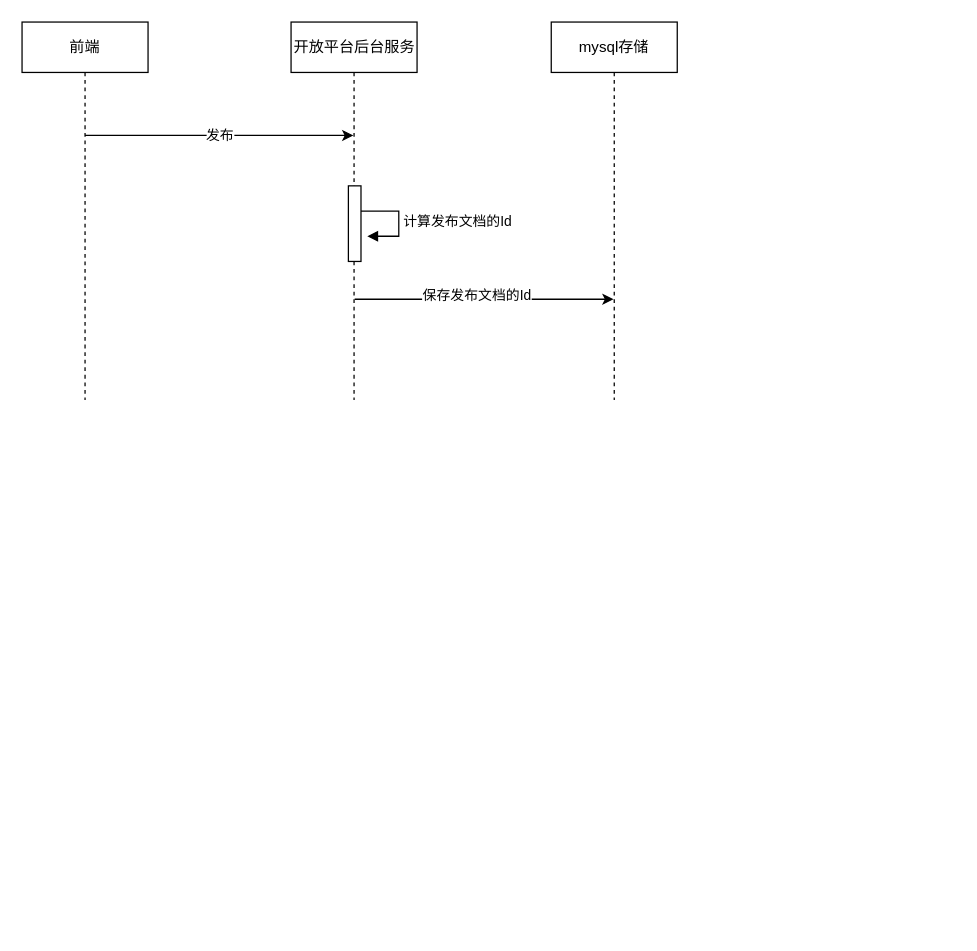
Above: 开放平台-开放文档需求.drawio in laowang-cloud/diagrams (draw.io), before the change. Source tidied: cells renumbered, new cells numbered last; positions are measured from the earlier drawing's top-left corner, leaving out a move shared by most shapes. Both pictures are drawn from the tidied source at 126%, with x=0, y=0 at pixel (21, 21).
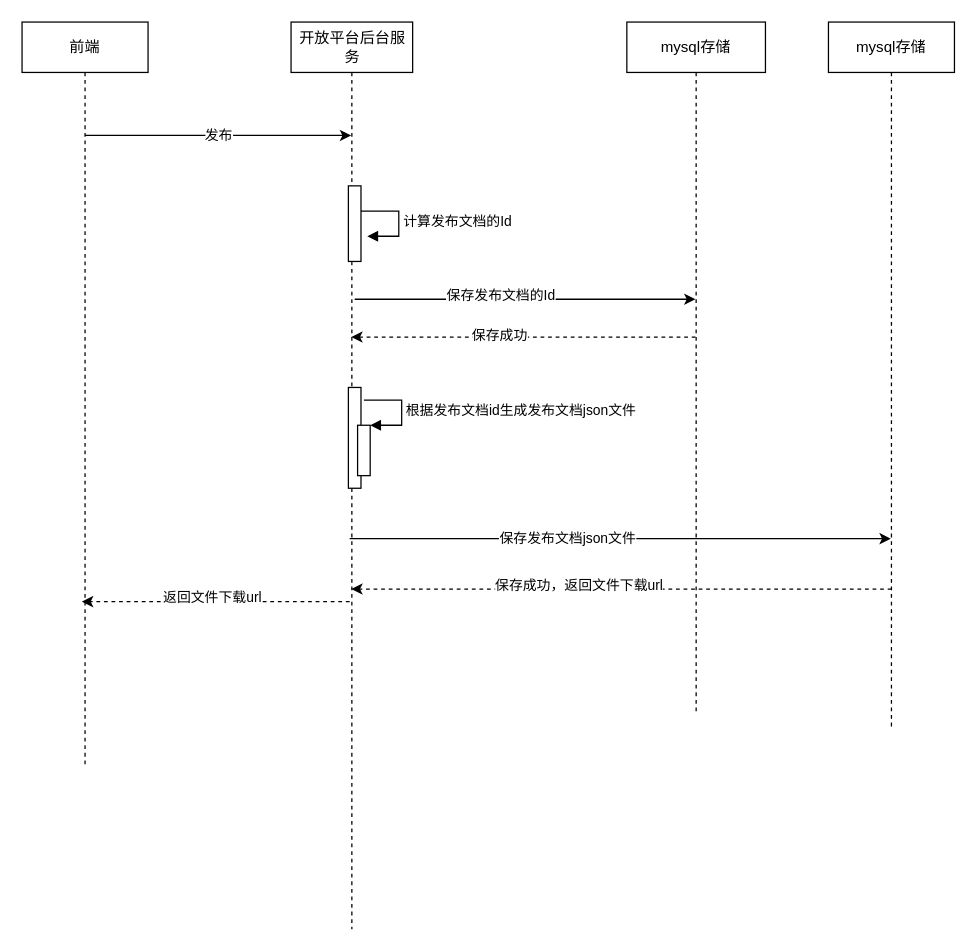
The same diagram, later.

Commit message (it also covers changes not shown here):
更新开放平台-开放文档需求.drawio

Change to the diagram source:
```diff
@@
     <mxCell id="2" value="&lt;span&gt;开放平台后台服务&lt;/span&gt;" style="shape=umlLifeline;perimeter=lifelinePerimeter;whiteSpace=wrap;html=1;outlineConnect=0;" parent="1" vertex="1">
-      <mxGeometry x="213.5" width="100" height="300" as="geometry" />
+      <mxGeometry x="213.5" width="96.5" height="720" as="geometry" />
     </mxCell>
@@
+    <mxCell id="10" style="html=1;perimeter=orthogonalPerimeter;" parent="2" vertex="1">
+      <mxGeometry x="45.5" y="290" width="10" height="80" as="geometry" />
+    </mxCell>
+    <mxCell id="11" style="html=1;points=[];perimeter=orthogonalPerimeter;" parent="2" vertex="1">
+      <mxGeometry x="52.8" y="320" width="10" height="40" as="geometry" />
+    </mxCell>
+    <mxCell id="12" value="根据发布文档id生成发布文档json文件" style="edgeStyle=orthogonalEdgeStyle;html=1;align=left;spacingLeft=2;endArrow=block;rounded=0;entryX=1;entryY=0;" parent="2" edge="1" target="11">
+      <mxGeometry relative="1" as="geometry">
+        <mxPoint x="57.8" y="300" as="sourcePoint" />
+        <Array as="points">
+          <mxPoint x="87.8" y="300" />
+        </Array>
+      </mxGeometry>
+    </mxCell>
+    <mxCell id="13" style="endArrow=classic;html=1;" parent="2" edge="1" target="17">
+      <mxGeometry relative="1" as="geometry">
+        <mxPoint x="46.5" y="410" as="sourcePoint" />
+      </mxGeometry>
+    </mxCell>
+    <mxCell id="14" value="保存发布文档json文件" style="edgeLabel;html=1;align=center;verticalAlign=middle;" parent="13" vertex="1">
+      <mxGeometry x="-0.2" y="1" relative="1" as="geometry" />
+    </mxCell>
     <mxCell id="7" value="&lt;span&gt;前端&lt;/span&gt;" style="shape=umlLifeline;perimeter=lifelinePerimeter;whiteSpace=wrap;html=1;" parent="1" vertex="1">
-      <mxGeometry width="100" height="300" as="geometry" />
+      <mxGeometry width="100" height="590" as="geometry" />
     </mxCell>
@@
     <mxCell id="9" value="mysql存储" style="shape=umlLifeline;perimeter=lifelinePerimeter;whiteSpace=wrap;html=1;outlineConnect=0;" parent="1" vertex="1">
-      <mxGeometry x="420" width="100" height="300" as="geometry" />
+      <mxGeometry x="480" width="110" height="550" as="geometry" />
     </mxCell>
+    <mxCell id="15" style="endArrow=classic;html=1;dashed=1;" parent="1" edge="1" source="9" target="2">
+      <mxGeometry relative="1" as="geometry">
+        <Array as="points">
+          <mxPoint x="350" y="250" />
+        </Array>
+      </mxGeometry>
+    </mxCell>
+    <mxCell id="16" value="保存成功" style="edgeLabel;html=1;align=center;verticalAlign=middle;" parent="15" vertex="1">
+      <mxGeometry x="0.4" y="-2" relative="1" as="geometry">
+        <mxPoint x="35" as="offset" />
+      </mxGeometry>
+    </mxCell>
+    <mxCell id="17" value="mysql存储" style="shape=umlLifeline;perimeter=lifelinePerimeter;whiteSpace=wrap;html=1;outlineConnect=0;" parent="1" vertex="1">
+      <mxGeometry x="640" width="100" height="560" as="geometry" />
+    </mxCell>
+    <mxCell id="18" style="endArrow=classic;html=1;dashed=1;" parent="1" edge="1" target="2">
+      <mxGeometry relative="1" as="geometry">
+        <mxPoint x="690" y="450" as="sourcePoint" />
+      </mxGeometry>
+    </mxCell>
+    <mxCell id="19" value="保存成功，返回文件下载url" style="edgeLabel;html=1;align=center;verticalAlign=middle;" parent="18" vertex="1">
+      <mxGeometry x="0.45" y="-3" relative="1" as="geometry">
+        <mxPoint x="62" y="-1" as="offset" />
+      </mxGeometry>
+    </mxCell>
+    <mxCell id="20" style="endArrow=classic;html=1;dashed=1;" parent="1" edge="1">
+      <mxGeometry relative="1" as="geometry">
+        <mxPoint x="260" y="460" as="sourcePoint" />
+        <mxPoint x="47.5" y="460" as="targetPoint" />
+      </mxGeometry>
+    </mxCell>
+    <mxCell id="21" value="返回文件下载url" style="edgeLabel;html=1;align=center;verticalAlign=middle;" parent="20" vertex="1">
+      <mxGeometry x="0.45" y="-3" relative="1" as="geometry">
+        <mxPoint x="44" y="-1" as="offset" />
+      </mxGeometry>
+    </mxCell>
```
